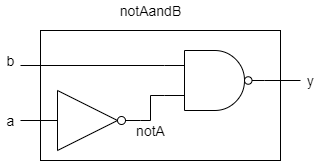
rikitoro/IS3_HDL_2018 keeps this draw.io diagram as assets/notAandB.drawio.png. Above is the earlier version. Source tidied: cells renumbered, new cells last; positions are measured from the earlier drawing's top-left corner, leaving out a move shared by most shapes.
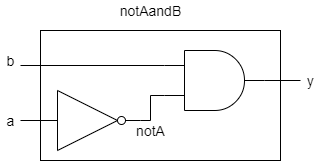
The same diagram one commit later.

Change to the diagram source:
```diff
@@ -5,8 +5,9 @@
     <mxCell id="2" style="rounded=0;whiteSpace=wrap;html=1;" parent="1" vertex="1">
       <mxGeometry x="40" y="30" width="240" height="130" as="geometry" />
     </mxCell>
-    <mxCell id="3" style="edgeStyle=orthogonalEdgeStyle;rounded=0;jettySize=auto;html=1;exitX=1;exitY=0.5;exitDx=0;exitDy=0;exitPerimeter=0;entryX=0;entryY=0.75;entryDx=0;entryDy=0;entryPerimeter=0;endArrow=none;endFill=0;" parent="1" edge="1" source="5" target="8">
+    <mxCell id="3" style="edgeStyle=orthogonalEdgeStyle;rounded=0;jettySize=auto;html=1;exitX=1;exitY=0.5;exitDx=0;exitDy=0;exitPerimeter=0;entryX=0;entryY=0.75;entryDx=0;entryDy=0;entryPerimeter=0;endArrow=none;endFill=0;" parent="1" edge="1" source="5">
       <mxGeometry relative="1" as="geometry">
+        <mxPoint x="164" y="95" as="targetPoint" />
         <Array as="points">
           <mxPoint x="150" y="120" />
           <mxPoint x="150" y="95" />
@@ -21,19 +22,18 @@
     <mxCell id="5" style="verticalLabelPosition=bottom;shadow=0;dashed=0;align=center;html=1;verticalAlign=top;shape=mxgraph.electrical.logic_gates.inverter_2;" parent="1" vertex="1">
       <mxGeometry x="40" y="90" width="100" height="60" as="geometry" />
     </mxCell>
-    <mxCell id="6" style="edgeStyle=orthogonalEdgeStyle;rounded=0;jettySize=auto;html=1;exitX=0;exitY=0.25;exitDx=0;exitDy=0;exitPerimeter=0;endArrow=none;endFill=0;" parent="1" edge="1" source="8">
+    <mxCell id="6" style="edgeStyle=orthogonalEdgeStyle;rounded=0;orthogonalLoop=1;jettySize=auto;html=1;exitX=0;exitY=0.25;exitDx=0;exitDy=0;exitPerimeter=0;endArrow=none;endFill=0;" parent="1" edge="1">
       <mxGeometry relative="1" as="geometry">
+        <mxPoint x="164" y="65" as="sourcePoint" />
         <mxPoint x="20" y="65" as="targetPoint" />
       </mxGeometry>
     </mxCell>
-    <mxCell id="7" style="edgeStyle=orthogonalEdgeStyle;rounded=0;jettySize=auto;html=1;exitX=1;exitY=0.5;exitDx=0;exitDy=0;exitPerimeter=0;endArrow=none;endFill=0;" parent="1" edge="1" source="8">
+    <mxCell id="7" style="edgeStyle=orthogonalEdgeStyle;rounded=0;orthogonalLoop=1;jettySize=auto;html=1;exitX=1;exitY=0.5;exitDx=0;exitDy=0;exitPerimeter=0;endArrow=none;endFill=0;" parent="1" edge="1">
       <mxGeometry relative="1" as="geometry">
+        <mxPoint x="264" y="80" as="sourcePoint" />
         <mxPoint x="300" y="80" as="targetPoint" />
       </mxGeometry>
     </mxCell>
-    <mxCell id="8" style="verticalLabelPosition=bottom;shadow=0;dashed=0;align=center;html=1;verticalAlign=top;shape=mxgraph.electrical.logic_gates.logic_gate;operation=and;negating=1;negSize=0.15;" parent="1" vertex="1">
-      <mxGeometry x="164" y="50" width="100" height="60" as="geometry" />
-    </mxCell>
     <mxCell id="9" value="notA" style="text;html=1;align=center;verticalAlign=middle;strokeColor=none;fillColor=none;fontSize=14;" parent="1" vertex="1">
       <mxGeometry x="130" y="120" width="40" height="20" as="geometry" />
     </mxCell>
@@ -49,5 +49,8 @@
     <mxCell id="13" value="notAandB" style="text;html=1;align=center;verticalAlign=middle;strokeColor=none;fillColor=none;fontSize=14;" parent="1" vertex="1">
       <mxGeometry x="110" width="80" height="20" as="geometry" />
     </mxCell>
+    <mxCell id="14" style="verticalLabelPosition=bottom;shadow=0;dashed=0;align=center;html=1;verticalAlign=top;shape=mxgraph.electrical.logic_gates.logic_gate;operation=and;fontSize=14;" parent="1" vertex="1">
+      <mxGeometry x="164" y="50" width="100" height="60" as="geometry" />
+    </mxCell>
   </root>
 </mxGraphModel>
```
